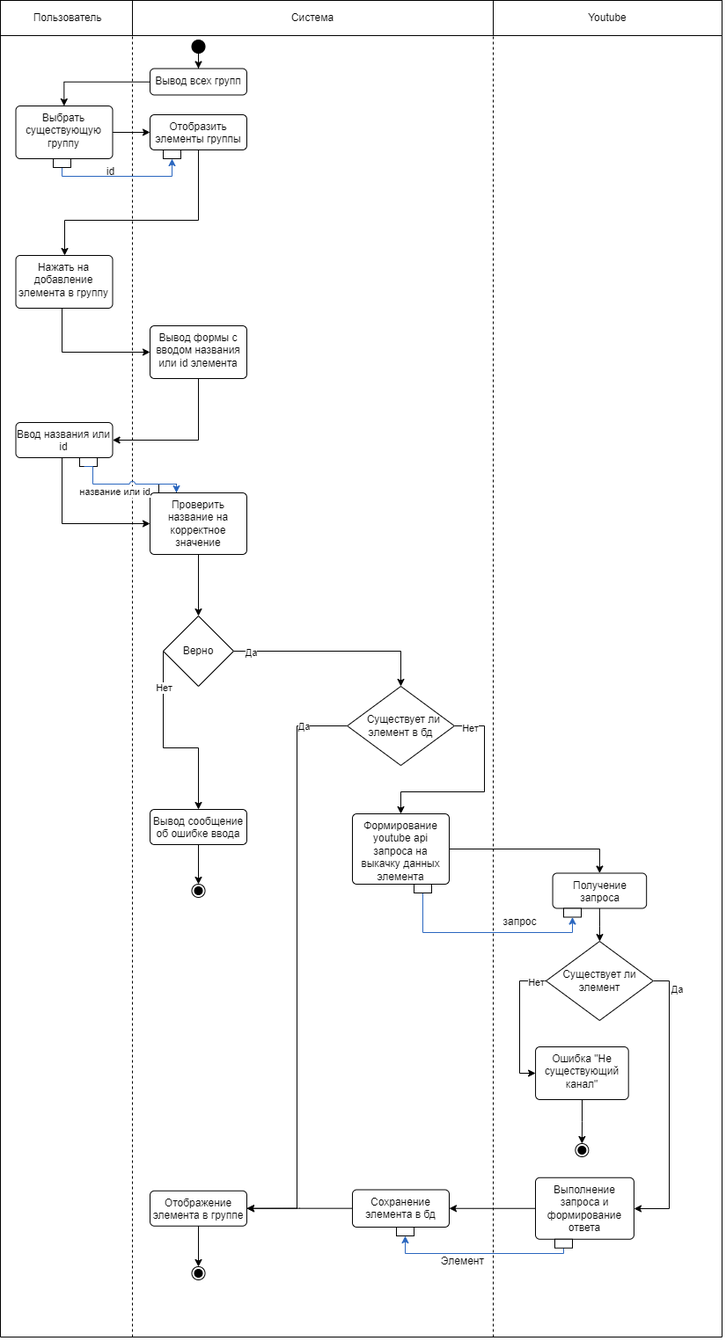
Hembos/YoutubeAnalytics keeps this draw.io diagram as docs/images/functional_diagram2_1.png. Above is the earlier version. Source tidied: cells renumbered, new cells last; positions are measured from the earlier drawing's top-left corner, leaving out a move shared by most shapes.
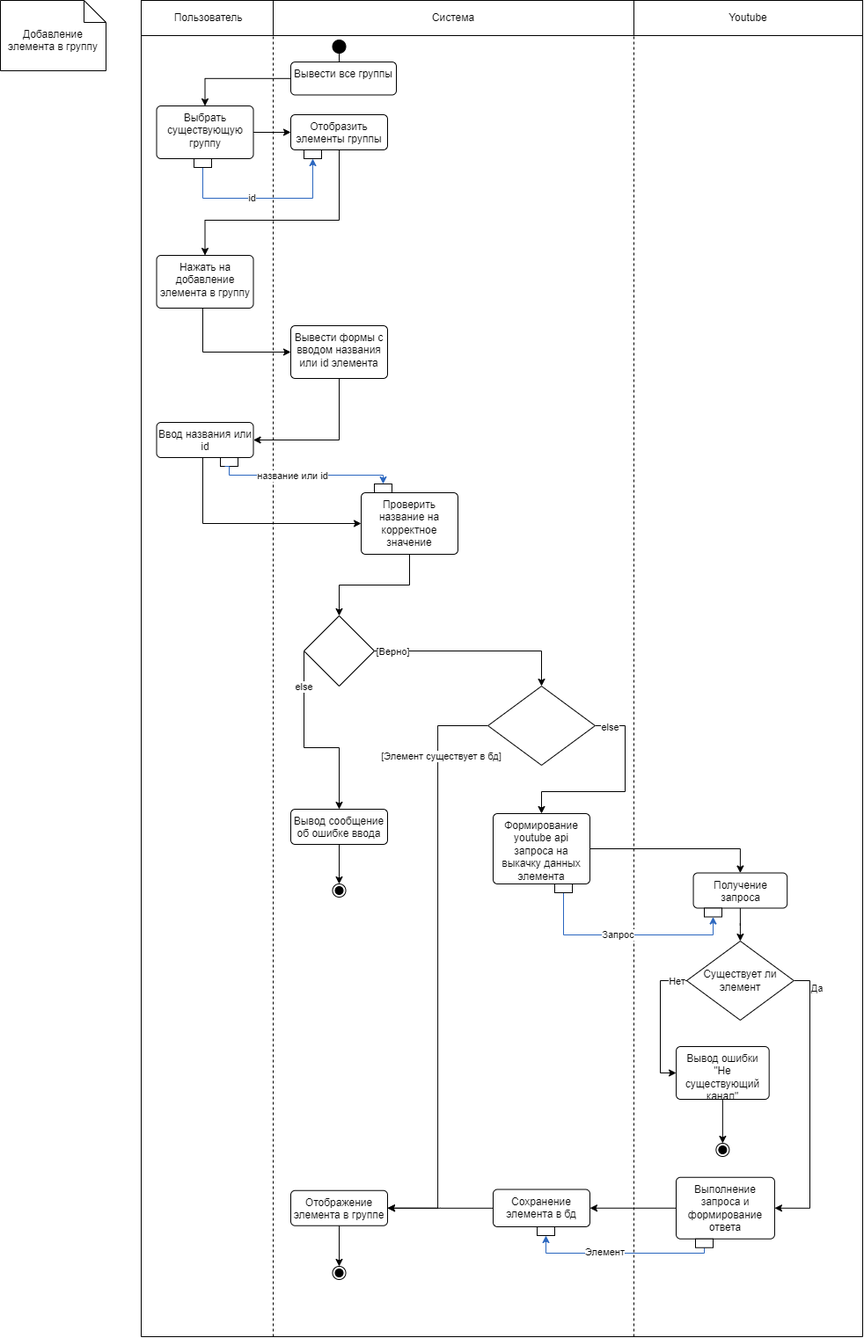
The same file after the commit.

What changed in the source:
```diff
@@ -33,8 +33,8 @@
     <mxCell id="9" style="edgeStyle=orthogonalEdgeStyle;rounded=0;jettySize=auto;html=1;" parent="1" edge="1" source="10" target="41">
       <mxGeometry relative="1" as="geometry" />
     </mxCell>
-    <mxCell id="10" value="Вывод всех групп" style="html=1;align=center;verticalAlign=top;rounded=1;absoluteArcSize=1;arcSize=10;dashed=0;whiteSpace=wrap;" parent="1" vertex="1">
-      <mxGeometry x="170" y="77.5" width="110" height="30" as="geometry" />
+    <mxCell id="10" value="Вывести все группы" style="html=1;align=center;verticalAlign=top;rounded=1;absoluteArcSize=1;arcSize=10;dashed=0;whiteSpace=wrap;" parent="1" vertex="1">
+      <mxGeometry x="170" y="70" width="120" height="37.5" as="geometry" />
     </mxCell>
     <mxCell id="11" style="edgeStyle=orthogonalEdgeStyle;rounded=0;jettySize=auto;html=1;entryX=0.5;entryY=0;entryDx=0;entryDy=0;jumpStyle=none;" parent="1" edge="1" source="12" target="14">
       <mxGeometry relative="1" as="geometry">
@@ -65,7 +65,7 @@
         </Array>
       </mxGeometry>
     </mxCell>
-    <mxCell id="16" value="Вывод формы с вводом названия или id элемента" style="html=1;align=center;verticalAlign=top;rounded=1;absoluteArcSize=1;arcSize=10;dashed=0;whiteSpace=wrap;" parent="1" vertex="1">
+    <mxCell id="16" value="Вывести формы с вводом названия или id элемента" style="html=1;align=center;verticalAlign=top;rounded=1;absoluteArcSize=1;arcSize=10;dashed=0;whiteSpace=wrap;" parent="1" vertex="1">
       <mxGeometry x="170" y="370" width="110" height="60" as="geometry" />
     </mxCell>
     <mxCell id="17" style="edgeStyle=orthogonalEdgeStyle;rounded=0;jettySize=auto;html=1;entryX=0;entryY=0.5;entryDx=0;entryDy=0;" parent="1" edge="1" source="18" target="20">
@@ -82,7 +82,7 @@
       <mxGeometry relative="1" as="geometry" />
     </mxCell>
     <mxCell id="20" value="Проверить название на корректное значение" style="html=1;align=center;verticalAlign=top;rounded=1;absoluteArcSize=1;arcSize=10;dashed=0;whiteSpace=wrap;" parent="1" vertex="1">
-      <mxGeometry x="170" y="560" width="110" height="70" as="geometry" />
+      <mxGeometry x="250" y="560" width="110" height="70" as="geometry" />
     </mxCell>
     <mxCell id="21" style="edgeStyle=orthogonalEdgeStyle;rounded=0;jettySize=auto;html=1;exitX=0;exitY=0.5;exitDx=0;exitDy=0;entryX=0.5;entryY=0;entryDx=0;entryDy=0;" parent="1" edge="1" source="25" target="33">
       <mxGeometry relative="1" as="geometry">
@@ -92,7 +92,7 @@
         </Array>
       </mxGeometry>
     </mxCell>
-    <mxCell id="22" value="Нет" style="edgeLabel;html=1;align=center;verticalAlign=middle;" parent="21" vertex="1">
+    <mxCell id="22" value="else" style="edgeLabel;html=1;align=center;verticalAlign=middle;" parent="21" vertex="1">
       <mxGeometry x="-0.64" y="-1" relative="1" as="geometry" />
     </mxCell>
     <mxCell id="23" style="edgeStyle=orthogonalEdgeStyle;rounded=0;jettySize=auto;html=1;entryX=0.5;entryY=0;entryDx=0;entryDy=0;" parent="1" edge="1" source="25" target="31">
@@ -102,12 +102,12 @@
         </Array>
       </mxGeometry>
     </mxCell>
-    <mxCell id="24" value="Да" style="edgeLabel;html=1;align=center;verticalAlign=middle;" parent="23" vertex="1">
+    <mxCell id="24" value="[Верно]" style="edgeLabel;html=1;align=center;verticalAlign=middle;" parent="23" vertex="1">
       <mxGeometry x="-0.67" y="-1" relative="1" as="geometry">
         <mxPoint x="-18" y="-1" as="offset" />
       </mxGeometry>
     </mxCell>
-    <mxCell id="25" value="Верно" style="rhombus;whiteSpace=wrap;html=1;" parent="1" vertex="1">
+    <mxCell id="25" style="rhombus;whiteSpace=wrap;html=1;" parent="1" vertex="1">
       <mxGeometry x="185" y="700" width="80" height="80" as="geometry" />
     </mxCell>
     <mxCell id="26" style="ellipse;html=1;shape=endState;fillColor=strokeColor;" parent="1" vertex="1">
@@ -122,18 +122,18 @@
         </Array>
       </mxGeometry>
     </mxCell>
-    <mxCell id="28" value="Нет" style="edgeLabel;html=1;align=center;verticalAlign=middle;" parent="27" vertex="1">
+    <mxCell id="28" value="else" style="edgeLabel;html=1;align=center;verticalAlign=middle;" parent="27" vertex="1">
       <mxGeometry x="-0.85" y="-1" relative="1" as="geometry" />
     </mxCell>
     <mxCell id="29" style="edgeStyle=orthogonalEdgeStyle;rounded=0;jettySize=auto;html=1;entryX=1;entryY=0.5;entryDx=0;entryDy=0;" parent="1" edge="1" source="31" target="37">
       <mxGeometry relative="1" as="geometry" />
     </mxCell>
-    <mxCell id="30" value="Да" style="edgeLabel;html=1;align=center;verticalAlign=middle;" parent="29" vertex="1">
+    <mxCell id="30" value="[Элемент существует в бд]" style="edgeLabel;html=1;align=center;verticalAlign=middle;" parent="29" vertex="1">
       <mxGeometry x="-0.8" y="6" relative="1" as="geometry">
-        <mxPoint y="-10" as="offset" />
+        <mxPoint x="-3" y="25" as="offset" />
       </mxGeometry>
     </mxCell>
-    <mxCell id="31" value="&amp;nbsp; Существует ли элемент в бд" style="rhombus;whiteSpace=wrap;html=1;" parent="1" vertex="1">
+    <mxCell id="31" style="rhombus;whiteSpace=wrap;html=1;" parent="1" vertex="1">
       <mxGeometry x="394.1" y="780" width="121.8" height="90" as="geometry" />
     </mxCell>
     <mxCell id="32" style="edgeStyle=orthogonalEdgeStyle;rounded=0;jettySize=auto;html=1;entryX=0.5;entryY=0;entryDx=0;entryDy=0;" parent="1" edge="1" source="33" target="26">
@@ -226,22 +226,22 @@
     <mxCell id="55" style="edgeStyle=orthogonalEdgeStyle;rounded=0;jettySize=auto;html=1;entryX=0.5;entryY=1;entryDx=0;entryDy=0;strokeColor=#2A66BF;" parent="1" edge="1" source="56" target="57">
       <mxGeometry relative="1" as="geometry">
         <Array as="points">
-          <mxPoint x="70" y="200" />
-          <mxPoint x="195" y="200" />
+          <mxPoint x="70" y="225" />
+          <mxPoint x="195" y="225" />
         </Array>
       </mxGeometry>
     </mxCell>
+    <mxCell id="58" value="id" style="edgeLabel;html=1;align=center;verticalAlign=middle;" parent="55" vertex="1">
+      <mxGeometry x="-0.12" y="1" relative="1" as="geometry" />
+    </mxCell>
     <mxCell id="56" style="rounded=0;whiteSpace=wrap;html=1;" parent="1" vertex="1">
       <mxGeometry x="60" y="180" width="20" height="10" as="geometry" />
     </mxCell>
     <mxCell id="57" style="rounded=0;whiteSpace=wrap;html=1;" parent="1" vertex="1">
       <mxGeometry x="185" y="170" width="20" height="10" as="geometry" />
     </mxCell>
-    <mxCell id="58" value="id" style="text;html=1;align=center;verticalAlign=middle;strokeColor=none;fillColor=none;" parent="1" vertex="1">
-      <mxGeometry x="110" y="180" width="30" height="30" as="geometry" />
-    </mxCell>
     <mxCell id="59" style="rounded=0;whiteSpace=wrap;html=1;" parent="1" vertex="1">
-      <mxGeometry x="180" y="550" width="20" height="10" as="geometry" />
+      <mxGeometry x="265" y="550" width="20" height="10" as="geometry" />
     </mxCell>
     <mxCell id="60" style="rounded=0;whiteSpace=wrap;html=1;" parent="1" vertex="1">
       <mxGeometry x="90" y="520" width="20" height="10" as="geometry" />
@@ -254,18 +254,18 @@
         </Array>
       </mxGeometry>
     </mxCell>
+    <mxCell id="65" value="Элемент" style="edgeLabel;html=1;align=center;verticalAlign=middle;" parent="61" vertex="1">
+      <mxGeometry x="0.16" y="-2" relative="1" as="geometry" />
+    </mxCell>
     <mxCell id="62" style="rounded=0;whiteSpace=wrap;html=1;" parent="1" vertex="1">
       <mxGeometry x="630" y="1408.8" width="20" height="10" as="geometry" />
     </mxCell>
     <mxCell id="63" style="rounded=0;whiteSpace=wrap;html=1;" parent="1" vertex="1">
       <mxGeometry x="450" y="1395" width="20" height="10" as="geometry" />
     </mxCell>
-    <mxCell id="64" value="Ошибка &quot;Не существующий канал&quot;" style="html=1;align=center;verticalAlign=top;rounded=1;absoluteArcSize=1;arcSize=10;dashed=0;whiteSpace=wrap;" parent="1" vertex="1">
+    <mxCell id="64" value="Вывод ошибки &quot;Не существующий канал&quot;" style="html=1;align=center;verticalAlign=top;rounded=1;absoluteArcSize=1;arcSize=10;dashed=0;whiteSpace=wrap;" parent="1" vertex="1">
       <mxGeometry x="608.1" y="1190" width="105.6" height="60" as="geometry" />
     </mxCell>
-    <mxCell id="65" value="Элемент" style="text;html=1;align=center;verticalAlign=middle;strokeColor=none;fillColor=none;" parent="1" vertex="1">
-      <mxGeometry x="490" y="1418.8" width="70" height="30" as="geometry" />
-    </mxCell>
     <mxCell id="66" style="edgeStyle=orthogonalEdgeStyle;rounded=0;jettySize=auto;html=1;exitX=0.5;exitY=1;exitDx=0;exitDy=0;" parent="1" edge="1" source="67" target="45">
       <mxGeometry relative="1" as="geometry" />
     </mxCell>
@@ -278,31 +278,31 @@
     <mxCell id="69" style="edgeStyle=orthogonalEdgeStyle;rounded=0;jettySize=auto;html=1;entryX=0.5;entryY=1;entryDx=0;entryDy=0;strokeColor=#2a66bf;" parent="1" edge="1" source="70" target="68">
       <mxGeometry relative="1" as="geometry">
         <Array as="points">
-          <mxPoint x="480" y="1060" />
-          <mxPoint x="650" y="1060" />
+          <mxPoint x="480" y="1063" />
+          <mxPoint x="650" y="1063" />
         </Array>
       </mxGeometry>
     </mxCell>
+    <mxCell id="74" value="Запрос" style="edgeLabel;html=1;align=center;verticalAlign=middle;" parent="69" vertex="1">
+      <mxGeometry x="-0.09" y="1" relative="1" as="geometry" />
+    </mxCell>
     <mxCell id="70" style="rounded=0;whiteSpace=wrap;html=1;" parent="1" vertex="1">
       <mxGeometry x="470" y="1005" width="20" height="10" as="geometry" />
     </mxCell>
-    <mxCell id="71" style="edgeStyle=orthogonalEdgeStyle;rounded=0;jettySize=auto;html=1;entryX=0.5;entryY=0;entryDx=0;entryDy=0;fillColor=#dae8fc;strokeColor=#2A66BF;jumpStyle=arc;exitX=0.25;exitY=1;exitDx=0;exitDy=0;" parent="1" edge="1" source="60">
+    <mxCell id="71" style="edgeStyle=orthogonalEdgeStyle;rounded=0;jettySize=auto;html=1;entryX=0.5;entryY=0;entryDx=0;entryDy=0;fillColor=#dae8fc;strokeColor=#2A66BF;jumpStyle=arc;exitX=0.25;exitY=1;exitDx=0;exitDy=0;" parent="1" edge="1" source="60" target="59">
       <mxGeometry relative="1" as="geometry">
-        <mxPoint x="200" y="560" as="targetPoint" />
         <Array as="points">
-          <mxPoint x="105" y="530" />
-          <mxPoint x="105" y="550" />
-          <mxPoint x="200" y="550" />
+          <mxPoint x="100" y="530" />
+          <mxPoint x="100" y="540" />
+          <mxPoint x="275" y="540" />
         </Array>
       </mxGeometry>
     </mxCell>
     <mxCell id="72" value="название или id" style="edgeLabel;html=1;align=center;verticalAlign=middle;" parent="71" vertex="1">
-      <mxGeometry x="-0.03" y="2" relative="1" as="geometry">
-        <mxPoint x="-13" y="9" as="offset" />
-      </mxGeometry>
+      <mxGeometry x="-0.14" relative="1" as="geometry" />
     </mxCell>
-    <mxCell id="73" value="запрос" style="text;html=1;align=center;verticalAlign=middle;strokeColor=none;fillColor=none;" parent="1" vertex="1">
-      <mxGeometry x="560" y="1032.5" width="60" height="30" as="geometry" />
-    </mxCell>
+    <mxCell id="75" value="Добавление элемента в группу" style="shape=note2;boundedLbl=1;whiteSpace=wrap;html=1;size=25;verticalAlign=top;align=center;" parent="1" vertex="1">
+      <mxGeometry x="-160" width="120" height="80" as="geometry" />
+    </mxCell>
   </root>
 </mxGraphModel>
```
